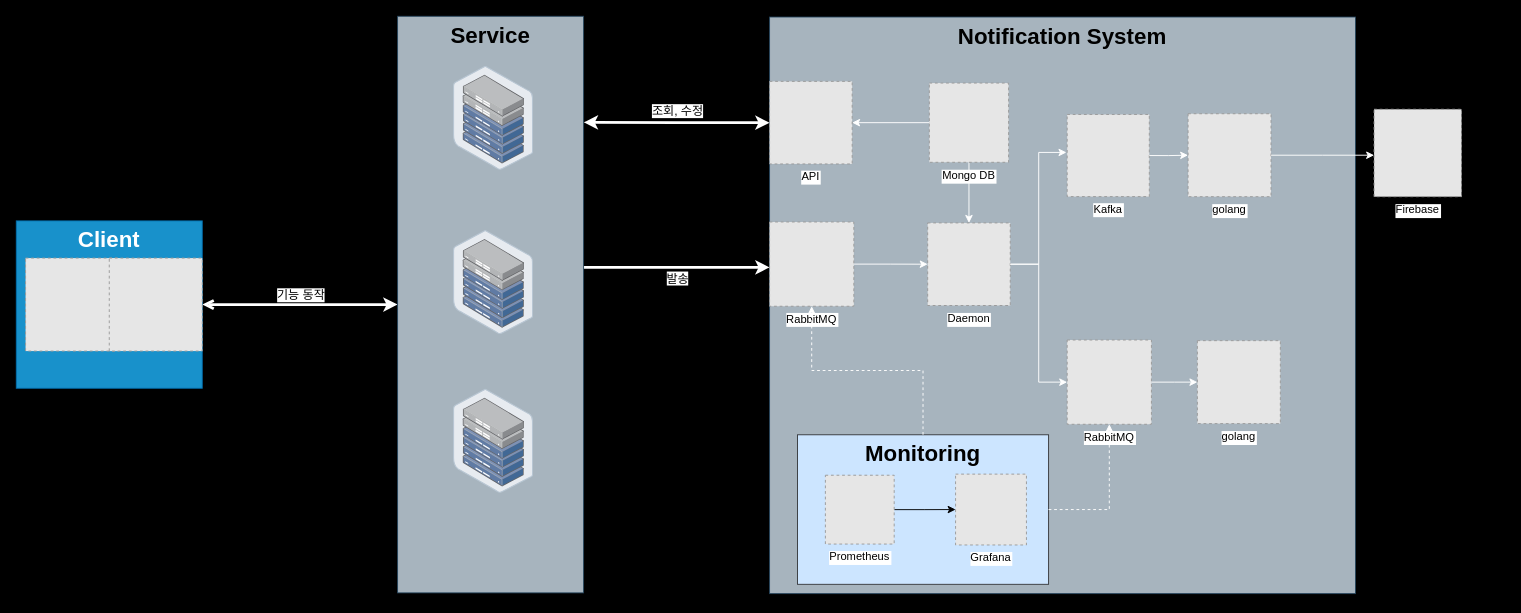
TreeStone94/drawio keeps this draw.io diagram as page "Page-1의 복사본" (2 of 2) of architecture/notification.drawio. Above is the earlier version. Source tidied: cells renumbered, new cells numbered last; positions are measured from the earlier drawing's top-left corner, leaving out a move shared by most shapes. Both pictures are drawn from the tidied source at 93%, with x=0, y=0 at pixel (16, 16). Pictures stored in the file or linked from it are replaced by grey dashed boxes.
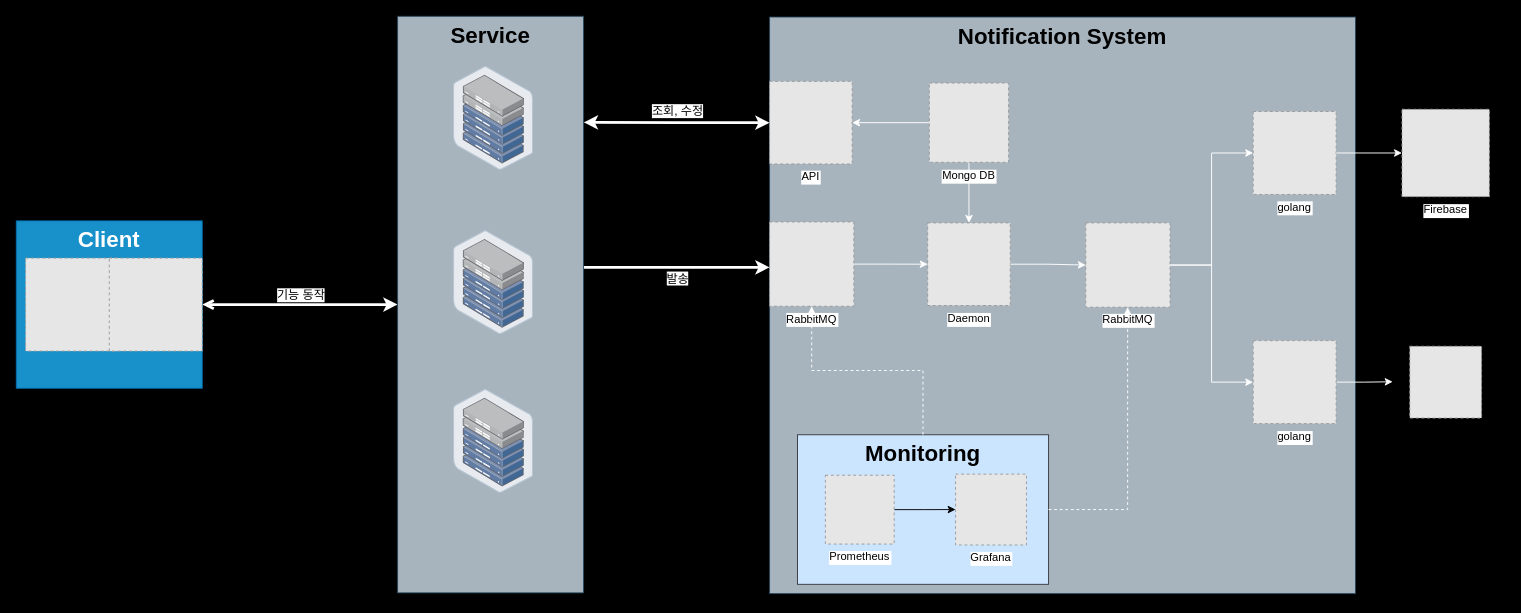
Above is the later version.

The change refers to these unchanged cells:
```xml
<mxCell id="6" value="https://blog.kakaocdn.net/dn/cBkKPC/btsGML2Pf9y/DmDvQns1Tja5TuEcNVext1/img.png" style="group;" parent="1" vertex="1">
  <mxGeometry x="810" y="0.8" width="790" height="620" as="geometry" />
</mxCell>
<mxCell id="11" value="Daemon" style="fillColor=#E6E6E6;strokeColor=#999999;dashed=1;verticalLabelPosition=bottom;labelBackgroundColor=default;verticalAlign=top;" parent="6" vertex="1">
  <mxGeometry x="170" y="221.4" width="88.8" height="88.8" as="geometry" />
</mxCell>
<mxCell id="26" value="&lt;h1 style=&quot;margin-top: 0px;&quot;&gt;Monitoring&lt;/h1&gt;" style="text;html=1;whiteSpace=wrap;overflow=hidden;rounded=0;align=center;fillColor=#cce5ff;strokeColor=#36393d;" parent="25" vertex="1">
  <mxGeometry width="270" height="160.8" as="geometry" />
</mxCell>
```

The edit, as a diff of the source:
```diff
@@
-    <mxCell id="12" style="edgeStyle=orthogonalEdgeStyle;rounded=0;jettySize=auto;html=1;entryX=-0.009;entryY=0.462;entryDx=0;entryDy=0;entryPerimeter=0;strokeColor=#FFFFFF;" parent="6" edge="1" source="11" target="14">
-      <mxGeometry relative="1" as="geometry" />
-    </mxCell>
@@
-    <mxCell id="14" value="Kafka" style="fillColor=#E6E6E6;strokeColor=#999999;dashed=1;verticalLabelPosition=bottom;labelBackgroundColor=default;verticalAlign=top;" parent="6" vertex="1">
-      <mxGeometry x="320" y="104.8" width="88.3" height="88.3" as="geometry" />
-    </mxCell>
     <mxCell id="15" value="RabbitMQ" style="fillColor=#E6E6E6;strokeColor=#999999;dashed=1;verticalLabelPosition=bottom;labelBackgroundColor=#ffffff;verticalAlign=top;" parent="6" vertex="1">
-      <mxGeometry x="320" y="347.3" width="90.6" height="90.6" as="geometry" />
+      <mxGeometry x="340" y="221.4" width="90.6" height="90.6" as="geometry" />
     </mxCell>
+    <mxCell id="43" style="edgeStyle=orthogonalEdgeStyle;rounded=0;jettySize=auto;html=1;exitX=1;exitY=0.5;exitDx=0;exitDy=0;strokeColor=#FFFFFF;" parent="6" edge="1" source="16">
+      <mxGeometry relative="1" as="geometry">
+        <mxPoint x="670" y="392.2" as="targetPoint" />
+      </mxGeometry>
+    </mxCell>
     <mxCell id="16" value="golang" style="fillColor=#E6E6E6;strokeColor=#999999;dashed=1;verticalLabelPosition=bottom;labelBackgroundColor=default;verticalAlign=top;" parent="6" vertex="1">
-      <mxGeometry x="460" y="348" width="89.2" height="89.2" as="geometry" />
+      <mxGeometry x="520" y="348" width="89.2" height="89.2" as="geometry" />
     </mxCell>
-    <mxCell id="17" style="edgeStyle=orthogonalEdgeStyle;rounded=0;jettySize=auto;html=1;exitX=1;exitY=0.5;exitDx=0;exitDy=0;strokeColor=#FFFFFF;" parent="6" edge="1" source="15" target="16">
+    <mxCell id="17" style="edgeStyle=orthogonalEdgeStyle;rounded=0;jettySize=auto;html=1;exitX=1;exitY=0.5;exitDx=0;exitDy=0;strokeColor=#FFFFFF;entryX=0;entryY=0.5;entryDx=0;entryDy=0;" parent="6" edge="1" source="15" target="16">
       <mxGeometry relative="1" as="geometry" />
     </mxCell>
-    <mxCell id="18" style="edgeStyle=orthogonalEdgeStyle;rounded=0;jettySize=auto;html=1;exitX=1;exitY=0.5;exitDx=0;exitDy=0;strokeColor=#FFFFFF;" parent="6" edge="1" source="14" target="19">
-      <mxGeometry relative="1" as="geometry" />
-    </mxCell>
     <mxCell id="19" value="golang" style="fillColor=#E6E6E6;strokeColor=#999999;dashed=1;verticalLabelPosition=bottom;labelBackgroundColor=default;verticalAlign=top;" parent="6" vertex="1">
-      <mxGeometry x="450" y="104" width="89.2" height="89.2" as="geometry" />
+      <mxGeometry x="520" y="101.6" width="89.2" height="89.2" as="geometry" />
     </mxCell>
-    <mxCell id="20" style="edgeStyle=orthogonalEdgeStyle;rounded=0;jettySize=auto;html=1;exitX=1;exitY=0.5;exitDx=0;exitDy=0;fontColor=#FFFFFF;strokeColor=#FFFFFF;" parent="6" edge="1" source="19">
+    <mxCell id="20" style="edgeStyle=orthogonalEdgeStyle;rounded=0;jettySize=auto;html=1;exitX=1;exitY=0.5;exitDx=0;exitDy=0;fontColor=#FFFFFF;strokeColor=#FFFFFF;entryX=0;entryY=0.5;entryDx=0;entryDy=0;" parent="6" edge="1" source="19" target="21">
       <mxGeometry relative="1" as="geometry">
-        <mxPoint x="650" y="148.6" as="targetPoint" />
+        <Array as="points">
+          <mxPoint x="650" y="146" />
+        </Array>
       </mxGeometry>
     </mxCell>
     <mxCell id="21" value="Firebase" style="fillColor=#E6E6E6;strokeColor=#999999;dashed=1;verticalLabelPosition=bottom;labelBackgroundColor=default;verticalAlign=top;" parent="6" vertex="1">
-      <mxGeometry x="650" y="99.2" width="94" height="94" as="geometry" />
+      <mxGeometry x="680" y="99.2" width="94" height="94" as="geometry" />
     </mxCell>
@@
     <mxCell id="30" style="edgeStyle=orthogonalEdgeStyle;rounded=0;jettySize=auto;html=1;exitX=1;exitY=0.5;exitDx=0;exitDy=0;dashed=1;strokeColor=#FFFFFF;" parent="6" edge="1" source="26" target="15">
-      <mxGeometry relative="1" as="geometry" />
+      <mxGeometry relative="1" as="geometry">
+        <Array as="points">
+          <mxPoint x="385" y="530" />
+        </Array>
+      </mxGeometry>
     </mxCell>
@@
+    <mxCell id="44" style="edgeStyle=orthogonalEdgeStyle;rounded=0;jettySize=auto;html=1;exitX=1;exitY=0.5;exitDx=0;exitDy=0;strokeColor=#FFFFFF;entryX=0;entryY=0.5;entryDx=0;entryDy=0;" parent="6" edge="1" source="15" target="19">
+      <mxGeometry relative="1" as="geometry" />
+    </mxCell>
+    <mxCell id="45" style="fillColor=#E6E6E6;strokeColor=#999999;dashed=1;verticalLabelPosition=bottom;labelBackgroundColor=default;verticalAlign=top;" parent="6" vertex="1">
+      <mxGeometry x="688.4" y="354" width="77.2" height="77.2" as="geometry" />
+    </mxCell>
```
